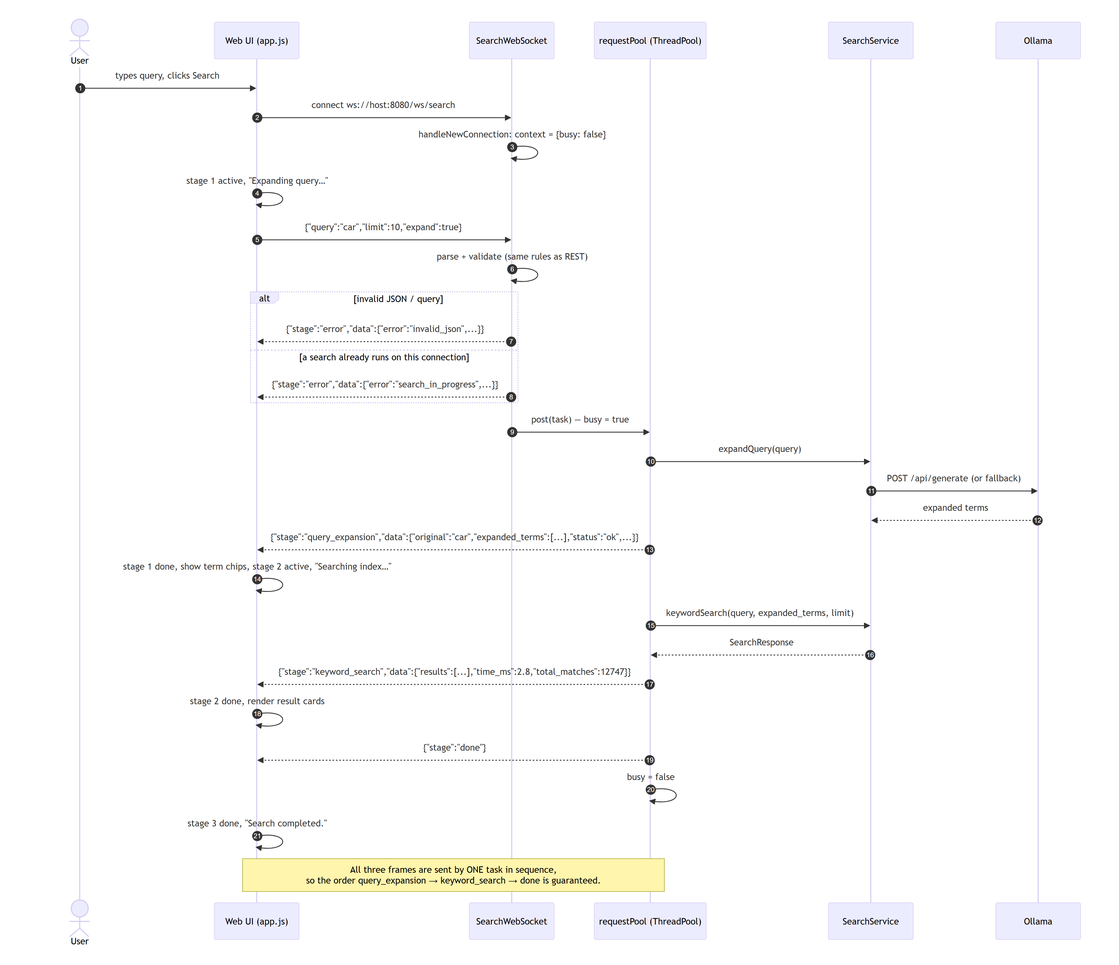
Before: docs/uml/seq_websocket.png, a diagram exported from Mermaid (riki1337228/course_work_parallel_computing). Its source is kept beside it as docs/uml/seq_websocket.mmd.
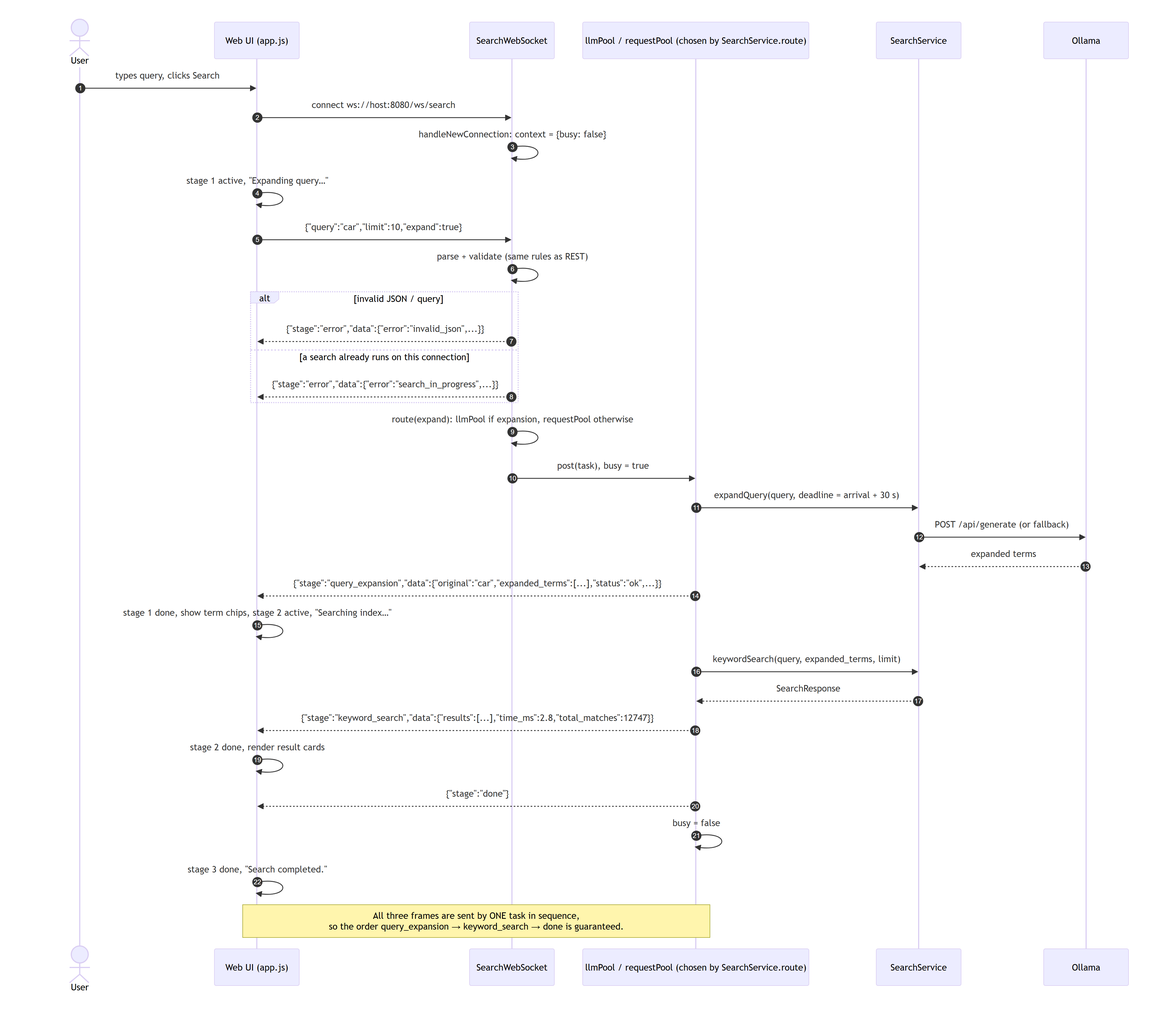
Above is the later version.

What changed in the source:
```diff
@@ -3,7 +3,7 @@
     actor U as User
     participant UI as Web UI (app.js)
     participant WS as SearchWebSocket
-    participant RP as requestPool (ThreadPool)
+    participant RP as llmPool / requestPool (chosen by SearchService.route)
     participant SS as SearchService
     participant O as Ollama
 
@@ -18,8 +18,9 @@
     else a search already runs on this connection
         WS-->>UI: {"stage":"error","data":{"error":"search_in_progress",...}}
     end
-    WS->>RP: post(task) — busy = true
-    RP->>SS: expandQuery(query)
+    WS->>WS: route(expand): llmPool if expansion, requestPool otherwise
+    WS->>RP: post(task), busy = true
+    RP->>SS: expandQuery(query, deadline = arrival + 30 s)
     SS->>O: POST /api/generate (or fallback)
     O-->>SS: expanded terms
     RP-->>UI: {"stage":"query_expansion","data":{"original":"car","expanded_terms":[...],"status":"ok",...}}
```
